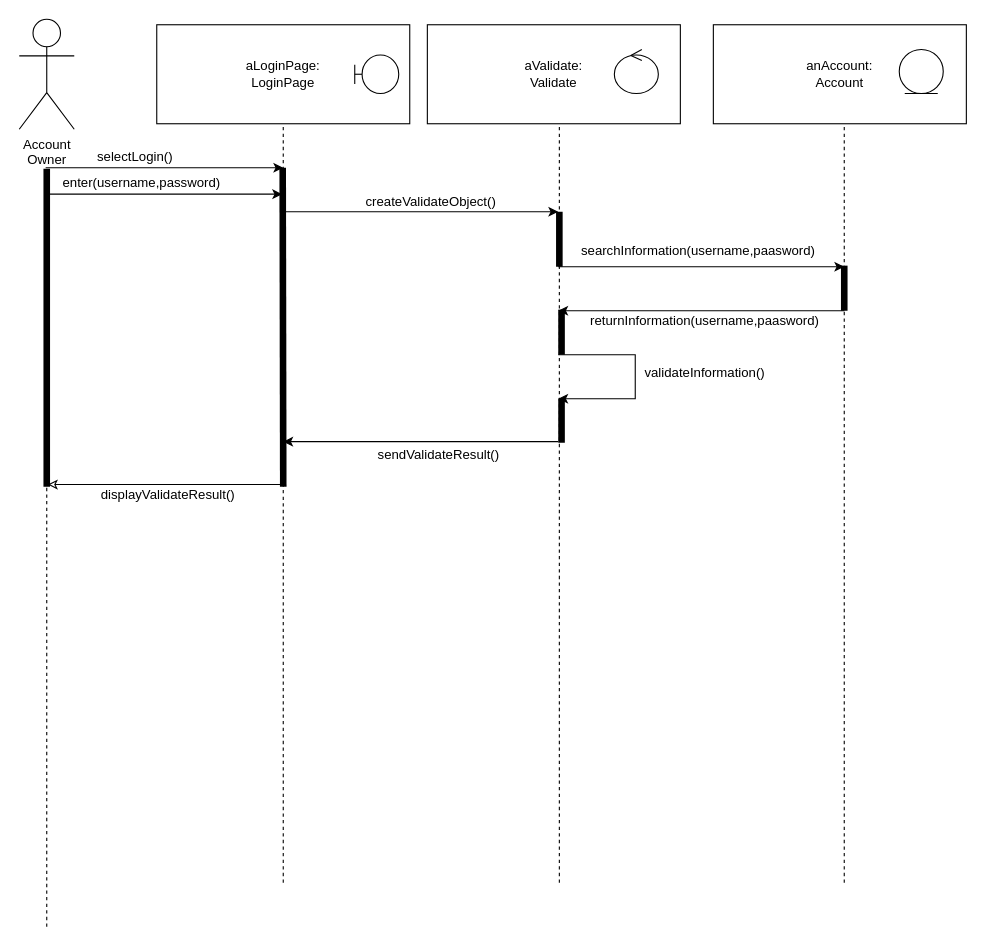
Above: wia2002tuto6q4b.drawio in justn0thinghere/drawio (draw.io), before the change. Source tidied: cells renumbered, new cells numbered last; positions are measured from the earlier drawing's top-left corner, leaving out a move shared by most shapes. Both pictures are drawn from the tidied source at 110%, with x=0, y=0 at pixel (19, 19).
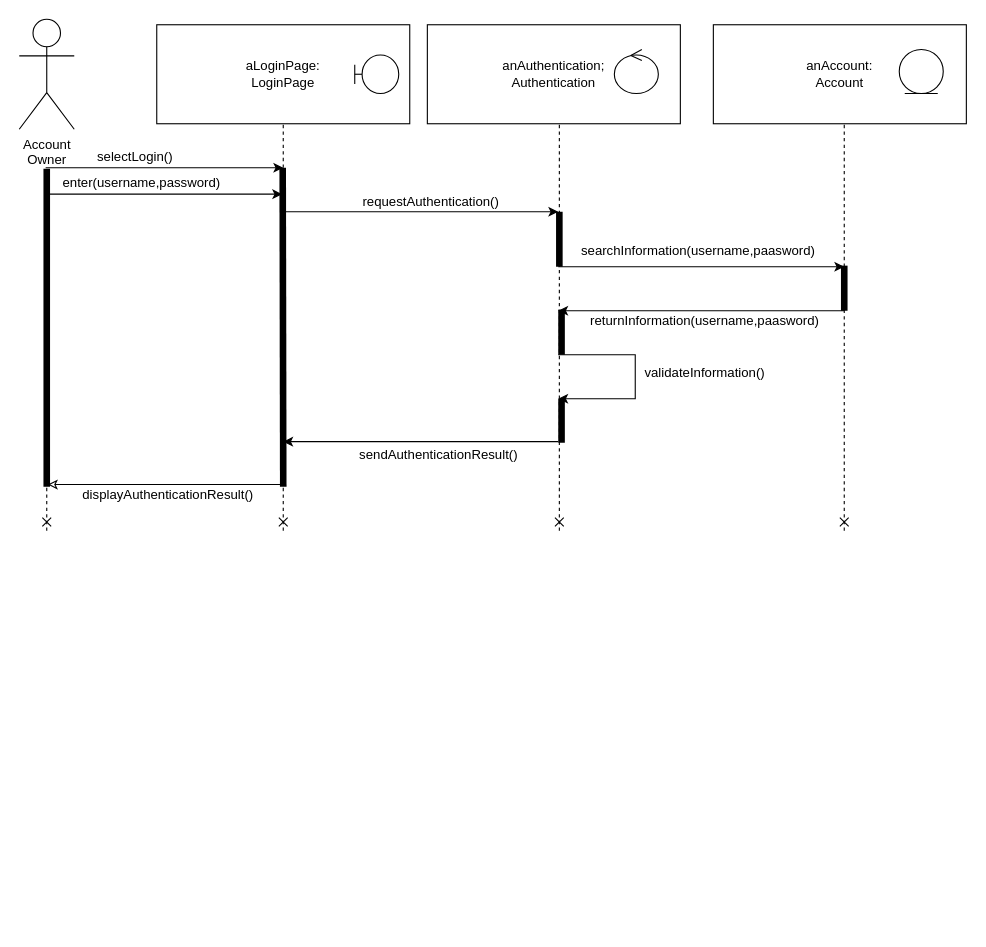
Above is the later version.

The change refers to these unchanged cells:
```xml
<mxCell id="2" value="aLoginPage:&lt;div&gt;LoginPage&lt;/div&gt;" style="html=1;whiteSpace=wrap;" parent="1" vertex="1">
  <mxGeometry x="125" y="5" width="230" height="90" as="geometry" />
</mxCell>
```

The edit, as a diff of the source:
```diff
@@
-    <mxCell id="4" value="aValidate:&lt;div&gt;Validate&lt;/div&gt;" style="html=1;whiteSpace=wrap;" parent="1" vertex="1">
+    <mxCell id="4" value="anAuthentication;&lt;div&gt;Authentication&lt;/div&gt;" style="html=1;whiteSpace=wrap;" parent="1" vertex="1">
       <mxGeometry x="371" y="5" width="230" height="90" as="geometry" />
     </mxCell>
@@
-    <mxCell id="7" style="endArrow=none;html=1;rounded=0;entryX=0.5;entryY=1;entryDx=0;entryDy=0;dashed=1;" parent="1" edge="1" target="2">
+    <mxCell id="7" style="endArrow=none;html=1;rounded=0;entryX=0.5;entryY=1;entryDx=0;entryDy=0;dashed=1;startArrow=cross;startFill=0;" parent="1" edge="1" target="2">
       <mxGeometry relative="1" as="geometry">
-        <mxPoint x="240" y="785" as="sourcePoint" />
+        <mxPoint x="240" y="465" as="sourcePoint" />
       </mxGeometry>
     </mxCell>
-    <mxCell id="8" style="endArrow=none;html=1;rounded=0;entryX=0.5;entryY=1;entryDx=0;entryDy=0;dashed=1;" parent="1" edge="1">
+    <mxCell id="8" style="endArrow=none;html=1;rounded=0;entryX=0.5;entryY=1;entryDx=0;entryDy=0;dashed=1;startArrow=cross;startFill=0;" parent="1" edge="1">
       <mxGeometry relative="1" as="geometry">
-        <mxPoint x="25" y="825" as="sourcePoint" />
+        <mxPoint x="25" y="465" as="sourcePoint" />
         <mxPoint x="25" y="135" as="targetPoint" />
       </mxGeometry>
     </mxCell>
-    <mxCell id="9" style="endArrow=none;html=1;rounded=0;entryX=0.5;entryY=1;entryDx=0;entryDy=0;dashed=1;" parent="1" edge="1">
+    <mxCell id="9" style="endArrow=none;html=1;rounded=0;entryX=0.5;entryY=1;entryDx=0;entryDy=0;dashed=1;startArrow=cross;startFill=0;" parent="1" edge="1">
       <mxGeometry relative="1" as="geometry">
-        <mxPoint x="491" y="785" as="sourcePoint" />
+        <mxPoint x="491" y="465" as="sourcePoint" />
         <mxPoint x="491" y="95" as="targetPoint" />
       </mxGeometry>
     </mxCell>
@@
-    <mxCell id="18" value="createValidateObject()" style="text;html=1;align=center;verticalAlign=middle;strokeColor=none;fillColor=none;" parent="1" vertex="1">
-      <mxGeometry x="304" y="151" width="140" height="30" as="geometry" />
+    <mxCell id="18" value="requestAuthentication()" style="text;html=1;align=center;verticalAlign=middle;strokeColor=none;fillColor=none;" parent="1" vertex="1">
+      <mxGeometry x="299" y="151" width="150" height="30" as="geometry" />
     </mxCell>
@@
-    <mxCell id="21" value="sendValidateResult()" style="text;html=1;align=center;verticalAlign=middle;strokeColor=none;fillColor=none;" parent="1" vertex="1">
-      <mxGeometry x="316" y="381" width="130" height="30" as="geometry" />
+    <mxCell id="21" value="sendAuthenticationResult()" style="text;html=1;align=center;verticalAlign=middle;strokeColor=none;fillColor=none;" parent="1" vertex="1">
+      <mxGeometry x="296" y="381" width="170" height="30" as="geometry" />
     </mxCell>
@@
-    <mxCell id="23" value="displayValidateResult()" style="text;html=1;align=center;verticalAlign=middle;strokeColor=none;fillColor=none;" parent="1" vertex="1">
-      <mxGeometry x="60" y="418" width="150" height="30" as="geometry" />
+    <mxCell id="23" value="displayAuthenticationResult()" style="text;html=1;align=center;verticalAlign=middle;strokeColor=none;fillColor=none;" parent="1" vertex="1">
+      <mxGeometry x="45" y="418" width="180" height="30" as="geometry" />
     </mxCell>
@@
-    <mxCell id="25" style="endArrow=none;html=1;rounded=0;entryX=0.5;entryY=1;entryDx=0;entryDy=0;dashed=1;" parent="1" edge="1">
+    <mxCell id="25" style="endArrow=none;html=1;rounded=0;entryX=0.5;entryY=1;entryDx=0;entryDy=0;dashed=1;startArrow=cross;startFill=0;" parent="1" edge="1">
       <mxGeometry relative="1" as="geometry">
-        <mxPoint x="750" y="785" as="sourcePoint" />
+        <mxPoint x="750" y="465" as="sourcePoint" />
         <mxPoint x="750" y="95" as="targetPoint" />
       </mxGeometry>
     </mxCell>
```
